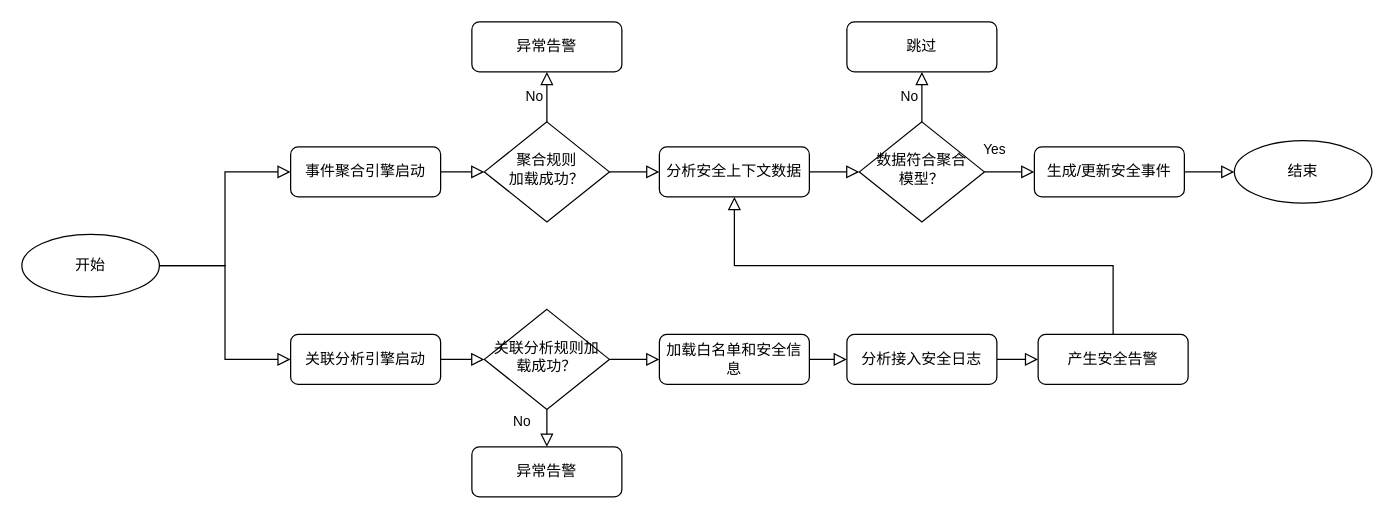
This is control-flow-chart.drawio from popvlovs/popvlovs-repository, a draw.io file, before an edit. Source tidied: cells renumbered, new cells numbered last; positions are measured from the earlier drawing's top-left corner, leaving out a move shared by most shapes. Both pictures are drawn from the tidied source at 125%, with x=0, y=0 at pixel (21, 21).
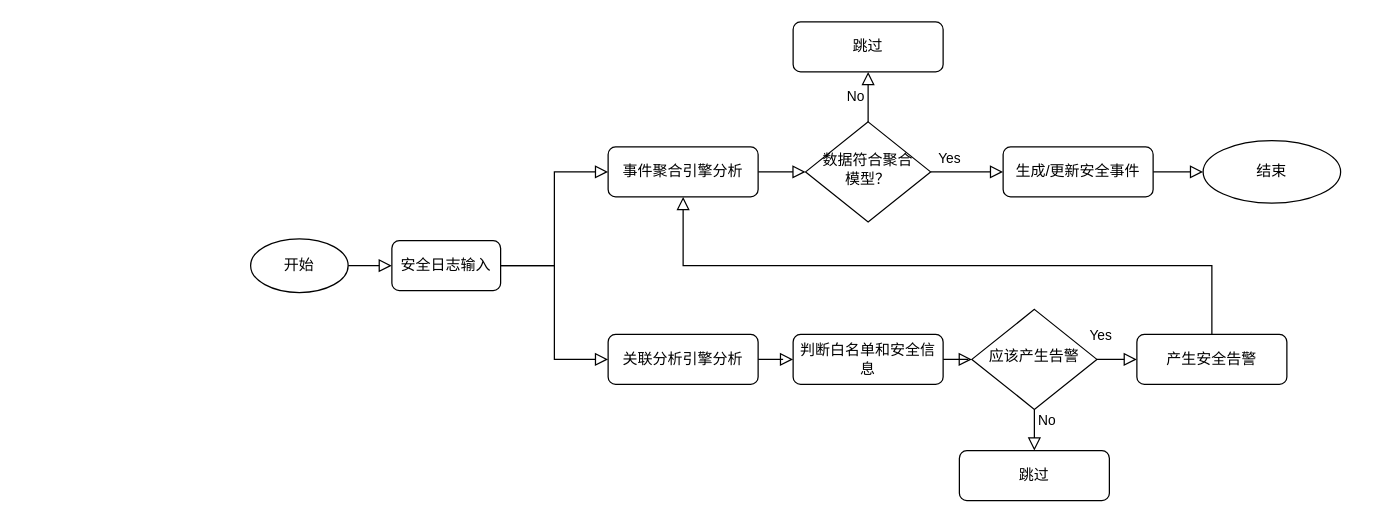
The same page after the edit.

The edit, as a diff of the source:
```diff
@@
-    <mxCell id="2" style="edgeStyle=orthogonalEdgeStyle;rounded=0;jettySize=auto;html=1;endArrow=block;endFill=0;labelBackgroundColor=none;endSize=8;strokeWidth=1;shadow=0;" parent="1" edge="1" source="3" target="7">
-      <mxGeometry relative="1" as="geometry" />
-    </mxCell>
-    <mxCell id="3" value="事件聚合引擎启动" style="rounded=1;whiteSpace=wrap;html=1;fontSize=12;glass=0;strokeWidth=1;shadow=0;" parent="1" vertex="1">
-      <mxGeometry x="215" y="100" width="120" height="40" as="geometry" />
-    </mxCell>
-    <mxCell id="4" style="edgeStyle=orthogonalEdgeStyle;shape=connector;rounded=0;jettySize=auto;html=1;shadow=0;labelBackgroundColor=none;fontFamily=Helvetica;fontSize=11;fontColor=default;endArrow=block;endFill=0;endSize=8;strokeColor=default;strokeWidth=1;entryX=0;entryY=0.5;entryDx=0;entryDy=0;" parent="1" edge="1" source="5" target="3">
-      <mxGeometry relative="1" as="geometry" />
-    </mxCell>
+    <mxCell id="35" style="edgeStyle=orthogonalEdgeStyle;shape=connector;rounded=0;jettySize=auto;html=1;shadow=0;labelBackgroundColor=none;fontFamily=Helvetica;fontSize=11;fontColor=default;endArrow=block;endFill=0;endSize=8;strokeColor=default;strokeWidth=1;" parent="1" edge="1" source="5" target="39">
+      <mxGeometry relative="1" as="geometry" />
+    </mxCell>
     <mxCell id="5" value="开始" style="ellipse;whiteSpace=wrap;html=1;" parent="1" vertex="1">
-      <mxGeometry y="170" width="110" height="50" as="geometry" />
+      <mxGeometry x="183" y="173.5" width="78" height="43" as="geometry" />
     </mxCell>
-    <mxCell id="6" style="edgeStyle=orthogonalEdgeStyle;shape=connector;rounded=0;jettySize=auto;html=1;shadow=0;labelBackgroundColor=none;fontFamily=Helvetica;fontSize=11;fontColor=default;endArrow=block;endFill=0;endSize=8;strokeColor=default;strokeWidth=1;" parent="1" edge="1" source="7" target="22">
-      <mxGeometry relative="1" as="geometry" />
-    </mxCell>
-    <mxCell id="7" value="聚合规则&lt;br&gt;加载成功？" style="rhombus;whiteSpace=wrap;html=1;shadow=0;fontFamily=Helvetica;fontSize=12;align=center;strokeWidth=1;spacing=6;spacingTop=-4;" parent="1" vertex="1">
-      <mxGeometry x="370" y="80" width="100" height="80" as="geometry" />
-    </mxCell>
-    <mxCell id="8" value="异常告警" style="rounded=1;whiteSpace=wrap;html=1;fontSize=12;glass=0;strokeWidth=1;shadow=0;" parent="1" vertex="1">
-      <mxGeometry x="360" width="120" height="40" as="geometry" />
-    </mxCell>
-    <mxCell id="9" value="No" style="edgeStyle=orthogonalEdgeStyle;rounded=0;html=1;jettySize=auto;fontSize=11;endArrow=block;endFill=0;endSize=8;strokeWidth=1;shadow=0;labelBackgroundColor=none;exitX=0.5;exitY=0;exitDx=0;exitDy=0;" parent="1" edge="1" source="7" target="8">
-      <mxGeometry y="10" relative="1" as="geometry" />
-    </mxCell>
-    <mxCell id="10" style="edgeStyle=orthogonalEdgeStyle;shape=connector;rounded=0;jettySize=auto;html=1;shadow=0;labelBackgroundColor=none;fontFamily=Helvetica;fontSize=11;fontColor=default;endArrow=block;endFill=0;endSize=8;strokeColor=default;strokeWidth=1;" parent="1" edge="1" source="11" target="15">
-      <mxGeometry relative="1" as="geometry" />
-    </mxCell>
-    <mxCell id="11" value="关联分析引擎启动" style="rounded=1;whiteSpace=wrap;html=1;fontSize=12;glass=0;strokeWidth=1;shadow=0;" parent="1" vertex="1">
-      <mxGeometry x="215" y="250" width="120" height="40" as="geometry" />
-    </mxCell>
-    <mxCell id="12" style="edgeStyle=orthogonalEdgeStyle;shape=connector;rounded=0;jettySize=auto;html=1;shadow=0;labelBackgroundColor=none;fontFamily=Helvetica;fontSize=11;fontColor=default;endArrow=block;endFill=0;endSize=8;strokeColor=default;strokeWidth=1;entryX=0;entryY=0.5;entryDx=0;entryDy=0;exitX=1;exitY=0.5;exitDx=0;exitDy=0;" parent="1" edge="1" source="5" target="11">
-      <mxGeometry relative="1" as="geometry" />
-    </mxCell>
-    <mxCell id="13" style="edgeStyle=orthogonalEdgeStyle;shape=connector;rounded=0;jettySize=auto;html=1;shadow=0;labelBackgroundColor=none;fontFamily=Helvetica;fontSize=11;fontColor=default;endArrow=block;endFill=0;endSize=8;strokeColor=default;strokeWidth=1;" parent="1" edge="1" source="15" target="16">
-      <mxGeometry relative="1" as="geometry" />
-    </mxCell>
-    <mxCell id="14" style="edgeStyle=orthogonalEdgeStyle;shape=connector;rounded=0;jettySize=auto;html=1;shadow=0;labelBackgroundColor=none;fontFamily=Helvetica;fontSize=11;fontColor=default;endArrow=block;endFill=0;endSize=8;strokeColor=default;strokeWidth=1;" parent="1" edge="1" source="15" target="33">
-      <mxGeometry relative="1" as="geometry" />
-    </mxCell>
-    <mxCell id="15" value="关联分析规则加载成功？" style="rhombus;whiteSpace=wrap;html=1;shadow=0;fontFamily=Helvetica;fontSize=12;align=center;strokeWidth=1;spacing=6;spacingTop=-4;" parent="1" vertex="1">
-      <mxGeometry x="370" y="230" width="100" height="80" as="geometry" />
-    </mxCell>
-    <mxCell id="16" value="异常告警" style="rounded=1;whiteSpace=wrap;html=1;fontSize=12;glass=0;strokeWidth=1;shadow=0;" parent="1" vertex="1">
-      <mxGeometry x="360" y="340" width="120" height="40" as="geometry" />
-    </mxCell>
-    <mxCell id="17" value="No" style="text;html=1;align=center;verticalAlign=middle;strokeColor=none;fillColor=none;fontSize=11;fontFamily=Helvetica;fontColor=default;" parent="1" vertex="1">
-      <mxGeometry x="385" y="310" width="30" height="20" as="geometry" />
-    </mxCell>
-    <mxCell id="18" style="edgeStyle=orthogonalEdgeStyle;shape=connector;rounded=0;jettySize=auto;html=1;shadow=0;labelBackgroundColor=none;fontFamily=Helvetica;fontSize=11;fontColor=default;endArrow=block;endFill=0;endSize=8;strokeColor=default;strokeWidth=1;exitX=1;exitY=0.5;exitDx=0;exitDy=0;" parent="1" edge="1" source="34" target="20">
+    <mxCell id="18" style="edgeStyle=orthogonalEdgeStyle;shape=connector;rounded=0;jettySize=auto;html=1;shadow=0;labelBackgroundColor=none;fontFamily=Helvetica;fontSize=11;fontColor=default;endArrow=block;endFill=0;endSize=8;strokeColor=default;strokeWidth=1;exitX=1;exitY=0.5;exitDx=0;exitDy=0;" parent="1" edge="1" source="44" target="20">
       <mxGeometry relative="1" as="geometry" />
     </mxCell>
@@
     <mxCell id="20" value="产生安全告警" style="rounded=1;whiteSpace=wrap;html=1;fontSize=12;glass=0;strokeWidth=1;shadow=0;" parent="1" vertex="1">
-      <mxGeometry x="813" y="250" width="120" height="40" as="geometry" />
+      <mxGeometry x="892" y="250" width="120" height="40" as="geometry" />
     </mxCell>
@@
-    <mxCell id="22" value="分析安全上下文数据" style="rounded=1;whiteSpace=wrap;html=1;fontSize=12;glass=0;strokeWidth=1;shadow=0;" parent="1" vertex="1">
-      <mxGeometry x="510" y="100" width="120" height="40" as="geometry" />
+    <mxCell id="22" value="事件聚合引擎分析" style="rounded=1;whiteSpace=wrap;html=1;fontSize=12;glass=0;strokeWidth=1;shadow=0;" parent="1" vertex="1">
+      <mxGeometry x="469" y="100" width="120" height="40" as="geometry" />
     </mxCell>
@@
     <mxCell id="25" value="数据符合聚合&lt;br&gt;模型？" style="rhombus;whiteSpace=wrap;html=1;shadow=0;fontFamily=Helvetica;fontSize=12;align=center;strokeWidth=1;spacing=6;spacingTop=-4;" parent="1" vertex="1">
-      <mxGeometry x="670" y="80" width="100" height="80" as="geometry" />
+      <mxGeometry x="627" y="80" width="100" height="80" as="geometry" />
     </mxCell>
     <mxCell id="26" value="跳过" style="rounded=1;whiteSpace=wrap;html=1;fontSize=12;glass=0;strokeWidth=1;shadow=0;" parent="1" vertex="1">
-      <mxGeometry x="660" width="120" height="40" as="geometry" />
+      <mxGeometry x="617" width="120" height="40" as="geometry" />
     </mxCell>
     <mxCell id="27" value="No" style="text;html=1;align=center;verticalAlign=middle;strokeColor=none;fillColor=none;fontSize=11;fontFamily=Helvetica;fontColor=default;" parent="1" vertex="1">
-      <mxGeometry x="695" y="50" width="30" height="20" as="geometry" />
+      <mxGeometry x="652" y="50" width="30" height="20" as="geometry" />
     </mxCell>
@@
     <mxCell id="29" value="生成/更新安全事件" style="rounded=1;whiteSpace=wrap;html=1;fontSize=12;glass=0;strokeWidth=1;shadow=0;" parent="1" vertex="1">
-      <mxGeometry x="810" y="100" width="120" height="40" as="geometry" />
+      <mxGeometry x="785" y="100" width="120" height="40" as="geometry" />
     </mxCell>
     <mxCell id="30" value="结束" style="ellipse;whiteSpace=wrap;html=1;" parent="1" vertex="1">
-      <mxGeometry x="970" y="95" width="110" height="50" as="geometry" />
+      <mxGeometry x="945" y="95" width="110" height="50" as="geometry" />
     </mxCell>
     <mxCell id="31" value="Yes" style="text;html=1;align=center;verticalAlign=middle;strokeColor=none;fillColor=none;fontSize=11;fontFamily=Helvetica;fontColor=default;" parent="1" vertex="1">
-      <mxGeometry x="763" y="93" width="29" height="17" as="geometry" />
+      <mxGeometry x="727" y="100" width="29" height="17" as="geometry" />
     </mxCell>
-    <mxCell id="32" style="edgeStyle=orthogonalEdgeStyle;shape=connector;rounded=0;jettySize=auto;html=1;shadow=0;labelBackgroundColor=none;fontFamily=Helvetica;fontSize=11;fontColor=default;endArrow=block;endFill=0;endSize=8;strokeColor=default;strokeWidth=1;" parent="1" edge="1" source="33" target="34">
-      <mxGeometry relative="1" as="geometry" />
-    </mxCell>
-    <mxCell id="33" value="加载白名单和安全信息" style="rounded=1;whiteSpace=wrap;html=1;fontSize=12;glass=0;strokeWidth=1;shadow=0;" parent="1" vertex="1">
-      <mxGeometry x="510" y="250" width="120" height="40" as="geometry" />
-    </mxCell>
-    <mxCell id="34" value="分析接入安全日志" style="rounded=1;whiteSpace=wrap;html=1;fontSize=12;glass=0;strokeWidth=1;shadow=0;" parent="1" vertex="1">
-      <mxGeometry x="660" y="250" width="120" height="40" as="geometry" />
-    </mxCell>
+    <mxCell id="36" style="edgeStyle=orthogonalEdgeStyle;shape=connector;rounded=0;jettySize=auto;html=1;shadow=0;labelBackgroundColor=none;fontFamily=Helvetica;fontSize=11;fontColor=default;endArrow=block;endFill=0;endSize=8;strokeColor=default;strokeWidth=1;" parent="1" edge="1" source="37" target="44">
+      <mxGeometry relative="1" as="geometry" />
+    </mxCell>
+    <mxCell id="37" value="判断白名单和安全信息" style="rounded=1;whiteSpace=wrap;html=1;fontSize=12;glass=0;strokeWidth=1;shadow=0;" parent="1" vertex="1">
+      <mxGeometry x="617" y="250" width="120" height="40" as="geometry" />
+    </mxCell>
+    <mxCell id="38" style="edgeStyle=orthogonalEdgeStyle;shape=connector;rounded=0;jettySize=auto;html=1;shadow=0;labelBackgroundColor=none;fontFamily=Helvetica;fontSize=11;fontColor=default;endArrow=block;endFill=0;endSize=8;strokeColor=default;strokeWidth=1;entryX=0;entryY=0.5;entryDx=0;entryDy=0;" parent="1" edge="1" source="39" target="41">
+      <mxGeometry relative="1" as="geometry" />
+    </mxCell>
+    <mxCell id="39" value="安全日志输入" style="rounded=1;whiteSpace=wrap;html=1;fontSize=12;glass=0;strokeWidth=1;shadow=0;" parent="1" vertex="1">
+      <mxGeometry x="296" y="175" width="87" height="40" as="geometry" />
+    </mxCell>
+    <mxCell id="40" style="edgeStyle=orthogonalEdgeStyle;shape=connector;rounded=0;jettySize=auto;html=1;shadow=0;labelBackgroundColor=none;fontFamily=Helvetica;fontSize=11;fontColor=default;endArrow=block;endFill=0;endSize=8;strokeColor=default;strokeWidth=1;entryX=0;entryY=0.5;entryDx=0;entryDy=0;" parent="1" edge="1" source="41" target="37">
+      <mxGeometry relative="1" as="geometry" />
+    </mxCell>
+    <mxCell id="41" value="关联分析引擎分析" style="rounded=1;whiteSpace=wrap;html=1;fontSize=12;glass=0;strokeWidth=1;shadow=0;" parent="1" vertex="1">
+      <mxGeometry x="469" y="250" width="120" height="40" as="geometry" />
+    </mxCell>
+    <mxCell id="42" style="edgeStyle=orthogonalEdgeStyle;shape=connector;rounded=0;jettySize=auto;html=1;shadow=0;labelBackgroundColor=none;fontFamily=Helvetica;fontSize=11;fontColor=default;endArrow=block;endFill=0;endSize=8;strokeColor=default;strokeWidth=1;entryX=0;entryY=0.5;entryDx=0;entryDy=0;exitX=1;exitY=0.5;exitDx=0;exitDy=0;" parent="1" edge="1" source="39" target="22">
+      <mxGeometry relative="1" as="geometry" />
+    </mxCell>
+    <mxCell id="43" style="edgeStyle=orthogonalEdgeStyle;shape=connector;rounded=0;jettySize=auto;html=1;shadow=0;labelBackgroundColor=none;fontFamily=Helvetica;fontSize=11;fontColor=default;endArrow=block;endFill=0;endSize=8;strokeColor=default;strokeWidth=1;" parent="1" edge="1" source="44" target="46">
+      <mxGeometry relative="1" as="geometry" />
+    </mxCell>
+    <mxCell id="44" value="应该产生告警" style="rhombus;whiteSpace=wrap;html=1;shadow=0;fontFamily=Helvetica;fontSize=12;align=center;strokeWidth=1;spacing=6;spacingTop=-4;" parent="1" vertex="1">
+      <mxGeometry x="760" y="230" width="100" height="80" as="geometry" />
+    </mxCell>
+    <mxCell id="45" value="Yes" style="text;html=1;align=center;verticalAlign=middle;strokeColor=none;fillColor=none;fontSize=11;fontFamily=Helvetica;fontColor=default;" parent="1" vertex="1">
+      <mxGeometry x="848" y="242" width="29" height="17" as="geometry" />
+    </mxCell>
+    <mxCell id="46" value="跳过" style="rounded=1;whiteSpace=wrap;html=1;fontSize=12;glass=0;strokeWidth=1;shadow=0;" parent="1" vertex="1">
+      <mxGeometry x="750" y="343" width="120" height="40" as="geometry" />
+    </mxCell>
+    <mxCell id="17" value="No" style="text;html=1;align=center;verticalAlign=middle;strokeColor=none;fillColor=none;fontSize=11;fontFamily=Helvetica;fontColor=default;" parent="1" vertex="1">
+      <mxGeometry x="807" y="310" width="26" height="17" as="geometry" />
+    </mxCell>
```
